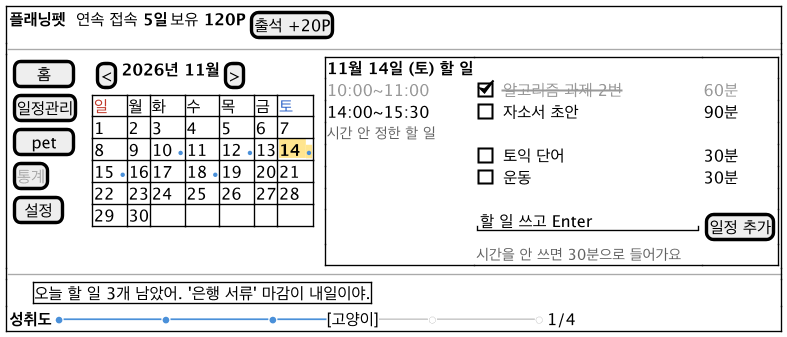
2026-2-software-system-design-11/planning-pet-app keeps this PlantUML diagram as docs/diagrams/ui-main.png. Above is the earlier version.
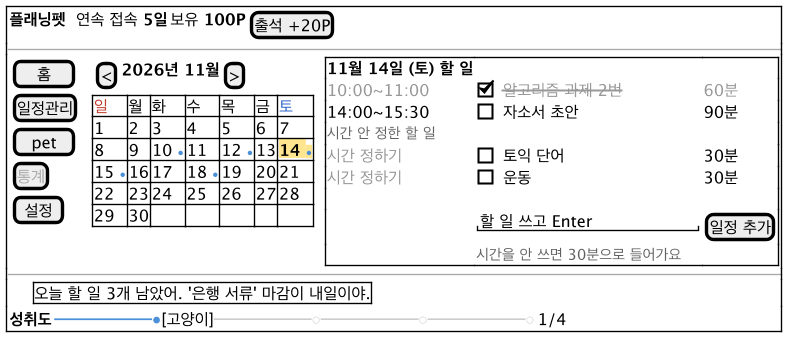
The same diagram one commit later.

Change to the diagram source:
```diff
@@ -1,7 +1,7 @@
 @startsalt ui-main
 !include ui-common.iuml
 {+
-  { <b>플래닝펫</b> | .                    | 연속 접속 <b>5일</b> | 보유 <b>120P</b> | [출석 +20P] }
+  { <b>플래닝펫</b> | .                    | 연속 접속 <b>5일</b> | 보유 <b>100P</b> | [출석 +20P] }
   --
   {
     {
@@ -27,8 +27,8 @@
       <color:#999999>10:00~11:00</color> | [X] <color:#999999><s>알고리즘 과제 2번</s></color> | <color:#999999>60분</color>
       14:00~15:30 | [ ] 자소서 초안 | 90분
       <size:11><color:#666666>시간 안 정한 할 일</color></size> | . | .
-      . | [ ] 토익 단어 | 30분
-      . | [ ] 운동 | 30분
+      <color:#999999>시간 정하기</color> | [ ] 토익 단어 | 30분
+      <color:#999999>시간 정하기</color> | [ ] 운동 | 30분
       . | . | .
       . | "할 일 쓰고 Enter        " | [일정 추가]
       . | <size:11><color:#666666>시간을 안 쓰면 30분으로 들어가요</color></size> | .
@@ -36,6 +36,6 @@
   }
   --
   { . | . | . | {+ 오늘 할 일 3개 남았어. '은행 서류' 마감이 내일이야. } }
-  { <b>성취도</b> | <color:#4A90D9>●━━━━━━●━━━━━━●━━━</color>[고양이]<color:#CCCCCC>━━━○━━━━━━○</color> | 1/4 }
+  { <b>성취도</b> | <color:#4A90D9>━━━━━━●</color>[고양이]<color:#CCCCCC>━━━━━━○━━━━━━○━━━━━━○</color> | 1/4 }
 }
 @endsalt
```
